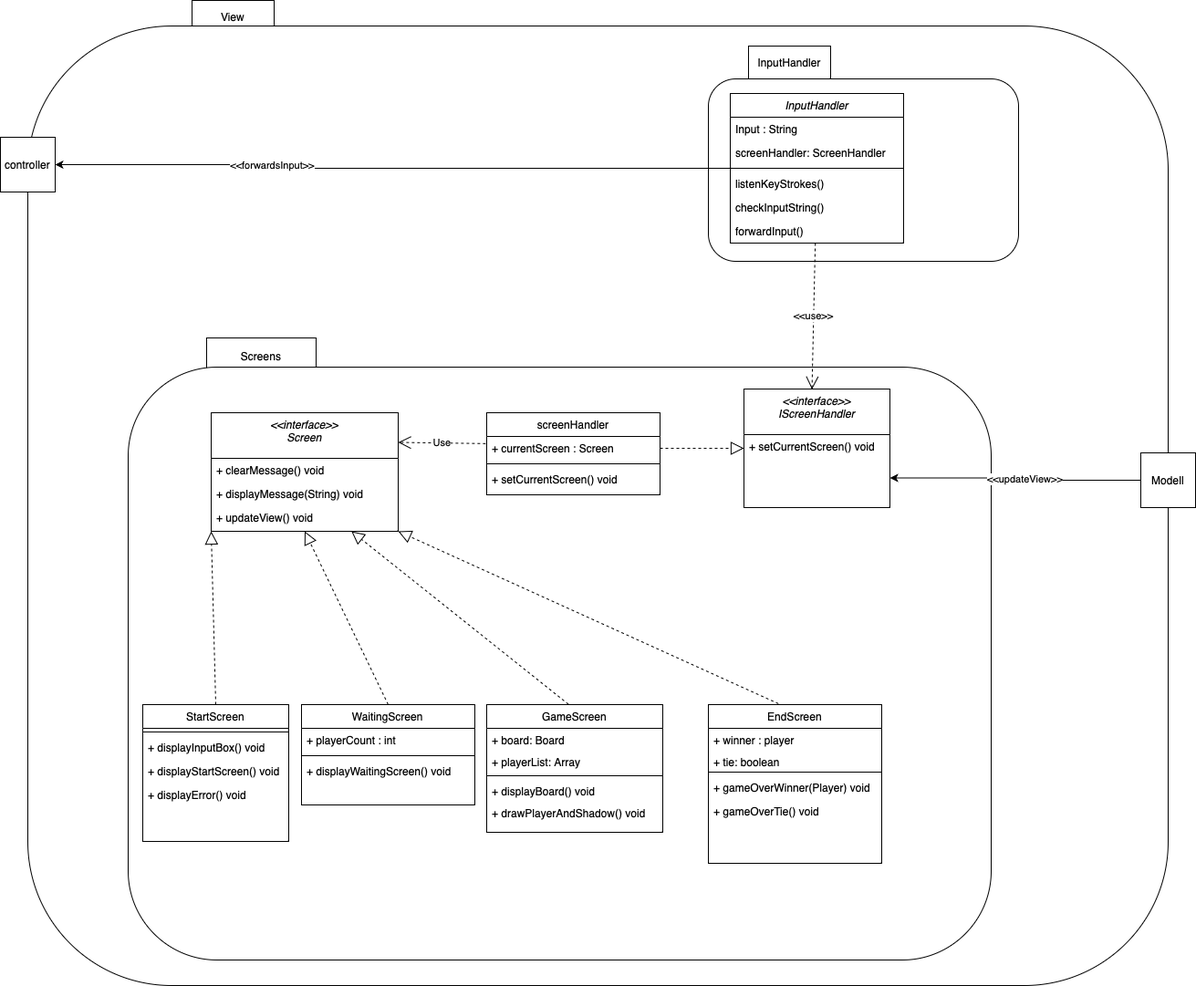
Above: doku-game/view-classDiagramm-2.png in PrismFox/tron-game (draw.io), before the change. Source tidied: cells renumbered, new cells last; positions are measured from the earlier drawing's top-left corner, leaving out a move shared by most shapes. Source of this version:
```xml
<mxGraphModel>
  <root>
    <mxCell id="0" />
    <mxCell id="1" parent="0" />
    <mxCell id="2" value="View" style="rounded=1;whiteSpace=wrap;html=1;arcSize=0;" parent="1" vertex="1">
      <mxGeometry x="210" width="90" height="36" as="geometry" />
    </mxCell>
    <mxCell id="3" style="rounded=1;whiteSpace=wrap;html=1;" parent="1" vertex="1">
      <mxGeometry x="30" y="28" width="1250" height="1052" as="geometry" />
    </mxCell>
    <mxCell id="4" value="InputHandler" style="rounded=1;whiteSpace=wrap;html=1;arcSize=0;" parent="1" vertex="1">
      <mxGeometry x="820" y="50" width="90" height="36" as="geometry" />
    </mxCell>
    <mxCell id="5" style="rounded=1;whiteSpace=wrap;html=1;" parent="1" vertex="1">
      <mxGeometry x="776" y="86" width="340" height="200" as="geometry" />
    </mxCell>
    <mxCell id="6" value="Screens" style="rounded=1;whiteSpace=wrap;html=1;arcSize=0;" parent="1" vertex="1">
      <mxGeometry x="226" y="370" width="120" height="40" as="geometry" />
    </mxCell>
    <mxCell id="7" style="rounded=1;whiteSpace=wrap;html=1;" parent="1" vertex="1">
      <mxGeometry x="140" y="402" width="946" height="650" as="geometry" />
    </mxCell>
    <mxCell id="8" style="edgeStyle=orthogonalEdgeStyle;rounded=0;jettySize=auto;html=1;entryX=1;entryY=0.5;entryDx=0;entryDy=0;endArrow=classic;endFill=1;" parent="1" edge="1" source="10" target="42">
      <mxGeometry relative="1" as="geometry">
        <Array as="points">
          <mxPoint x="300" y="184" />
          <mxPoint x="300" y="180" />
          <mxPoint x="60" y="180" />
        </Array>
      </mxGeometry>
    </mxCell>
    <mxCell id="9" value="&amp;lt;&amp;lt;forwardsInput&amp;gt;&amp;gt;" style="edgeLabel;html=1;align=center;verticalAlign=middle;" parent="8" vertex="1">
      <mxGeometry x="0.43" relative="1" as="geometry">
        <mxPoint x="25" as="offset" />
      </mxGeometry>
    </mxCell>
    <mxCell id="10" value="InputHandler" style="swimlane;fontStyle=2;align=center;verticalAlign=top;horizontal=1;startSize=26;rounded=0;shadow=0;strokeWidth=1;" parent="1" vertex="1">
      <mxGeometry x="800" y="102" width="190" height="164" as="geometry" />
    </mxCell>
    <mxCell id="11" value="Input : String" style="text;align=left;verticalAlign=top;spacingLeft=4;spacingRight=4;overflow=hidden;" parent="10" vertex="1">
      <mxGeometry y="26" width="190" height="26" as="geometry" />
    </mxCell>
    <mxCell id="12" value="screenHandler: ScreenHandler" style="text;align=left;verticalAlign=top;spacingLeft=4;spacingRight=4;overflow=hidden;" parent="10" vertex="1">
      <mxGeometry y="52" width="190" height="26" as="geometry" />
    </mxCell>
    <mxCell id="13" style="line;html=1;strokeWidth=1;align=left;verticalAlign=middle;spacingTop=-1;spacingLeft=3;spacingRight=3;labelPosition=right;" parent="10" vertex="1">
      <mxGeometry y="78" width="190" height="8" as="geometry" />
    </mxCell>
    <mxCell id="14" value="listenKeyStrokes()" style="text;align=left;verticalAlign=top;spacingLeft=4;spacingRight=4;overflow=hidden;" parent="10" vertex="1">
      <mxGeometry y="86" width="190" height="26" as="geometry" />
    </mxCell>
    <mxCell id="15" value="checkInputString()" style="text;align=left;verticalAlign=top;spacingLeft=4;spacingRight=4;overflow=hidden;" parent="10" vertex="1">
      <mxGeometry y="112" width="190" height="26" as="geometry" />
    </mxCell>
    <mxCell id="16" value="forwardInput()" style="text;align=left;verticalAlign=top;spacingLeft=4;spacingRight=4;overflow=hidden;" parent="10" vertex="1">
      <mxGeometry y="138" width="190" height="26" as="geometry" />
    </mxCell>
    <mxCell id="17" value="StartScreen" style="swimlane;fontStyle=0;align=center;verticalAlign=top;horizontal=1;startSize=26;rounded=0;shadow=0;strokeWidth=1;" parent="1" vertex="1">
      <mxGeometry x="156" y="772" width="160" height="150" as="geometry" />
    </mxCell>
    <mxCell id="18" style="line;html=1;strokeWidth=1;align=left;verticalAlign=middle;spacingTop=-1;spacingLeft=3;spacingRight=3;labelPosition=right;" parent="17" vertex="1">
      <mxGeometry y="26" width="160" height="8" as="geometry" />
    </mxCell>
    <mxCell id="19" value="+ displayInputBox() void" style="text;align=left;verticalAlign=top;spacingLeft=4;spacingRight=4;overflow=hidden;" parent="17" vertex="1">
      <mxGeometry y="34" width="160" height="26" as="geometry" />
    </mxCell>
    <mxCell id="20" value="+ displayStartScreen() void" style="text;align=left;verticalAlign=top;spacingLeft=4;spacingRight=4;overflow=hidden;" parent="17" vertex="1">
      <mxGeometry y="60" width="160" height="26" as="geometry" />
    </mxCell>
    <mxCell id="21" value="+ displayError() void" style="text;align=left;verticalAlign=top;spacingLeft=4;spacingRight=4;overflow=hidden;" parent="17" vertex="1">
      <mxGeometry y="86" width="160" height="26" as="geometry" />
    </mxCell>
    <mxCell id="22" value="WaitingScreen" style="swimlane;fontStyle=0;align=center;verticalAlign=top;horizontal=1;startSize=26;rounded=0;shadow=0;strokeWidth=1;" parent="1" vertex="1">
      <mxGeometry x="330" y="772" width="190" height="110" as="geometry" />
    </mxCell>
    <mxCell id="23" value="+ playerCount : int" style="text;align=left;verticalAlign=top;spacingLeft=4;spacingRight=4;overflow=hidden;" parent="22" vertex="1">
      <mxGeometry y="26" width="190" height="26" as="geometry" />
    </mxCell>
    <mxCell id="24" style="line;html=1;strokeWidth=1;align=left;verticalAlign=middle;spacingTop=-1;spacingLeft=3;spacingRight=3;labelPosition=right;" parent="22" vertex="1">
      <mxGeometry y="52" width="190" height="8" as="geometry" />
    </mxCell>
    <mxCell id="25" value="+ displayWaitingScreen() void" style="text;align=left;verticalAlign=top;spacingLeft=4;spacingRight=4;overflow=hidden;" parent="22" vertex="1">
      <mxGeometry y="60" width="190" height="26" as="geometry" />
    </mxCell>
    <mxCell id="26" value="EndScreen" style="swimlane;fontStyle=0;align=center;verticalAlign=top;horizontal=1;startSize=26;rounded=0;shadow=0;strokeWidth=1;" parent="1" vertex="1">
      <mxGeometry x="776" y="772" width="190" height="174" as="geometry" />
    </mxCell>
    <mxCell id="27" value="+ winner : player" style="text;align=left;verticalAlign=top;spacingLeft=4;spacingRight=4;overflow=hidden;" parent="26" vertex="1">
      <mxGeometry y="26" width="190" height="24" as="geometry" />
    </mxCell>
    <mxCell id="28" value="+ tie: boolean" style="text;align=left;verticalAlign=top;spacingLeft=4;spacingRight=4;overflow=hidden;" parent="26" vertex="1">
      <mxGeometry y="50" width="190" height="20" as="geometry" />
    </mxCell>
    <mxCell id="29" style="line;html=1;strokeWidth=1;align=left;verticalAlign=middle;spacingTop=-1;spacingLeft=3;spacingRight=3;labelPosition=right;" parent="26" vertex="1">
      <mxGeometry y="70" width="190" height="8" as="geometry" />
    </mxCell>
    <mxCell id="30" value="+ gameOverWinner(Player) void" style="text;align=left;verticalAlign=top;spacingLeft=4;spacingRight=4;overflow=hidden;" parent="26" vertex="1">
      <mxGeometry y="78" width="190" height="26" as="geometry" />
    </mxCell>
    <mxCell id="31" value="+ gameOverTie() void" style="text;align=left;verticalAlign=top;spacingLeft=4;spacingRight=4;overflow=hidden;" parent="26" vertex="1">
      <mxGeometry y="104" width="190" height="26" as="geometry" />
    </mxCell>
    <mxCell id="32" value="&lt;&lt;interface&gt;&gt;&#10;Screen" style="swimlane;fontStyle=2;align=center;verticalAlign=top;horizontal=1;startSize=50;rounded=0;shadow=0;strokeWidth=1;" parent="1" vertex="1">
      <mxGeometry x="231" y="452" width="205" height="130" as="geometry" />
    </mxCell>
    <mxCell id="33" value="+ clearMessage() void" style="text;align=left;verticalAlign=top;spacingLeft=4;spacingRight=4;overflow=hidden;" parent="32" vertex="1">
      <mxGeometry y="50" width="205" height="26" as="geometry" />
    </mxCell>
    <mxCell id="34" value="+ displayMessage(String) void" style="text;align=left;verticalAlign=top;spacingLeft=4;spacingRight=4;overflow=hidden;" parent="32" vertex="1">
      <mxGeometry y="76" width="205" height="26" as="geometry" />
    </mxCell>
    <mxCell id="35" value="+ updateView() void" style="text;align=left;verticalAlign=top;spacingLeft=4;spacingRight=4;overflow=hidden;" parent="32" vertex="1">
      <mxGeometry y="102" width="205" height="26" as="geometry" />
    </mxCell>
    <mxCell id="36" value="GameScreen" style="swimlane;fontStyle=0;align=center;verticalAlign=top;horizontal=1;startSize=26;rounded=0;shadow=0;strokeWidth=1;" parent="1" vertex="1">
      <mxGeometry x="533" y="772" width="193" height="140" as="geometry" />
    </mxCell>
    <mxCell id="37" value="+ board: Board" style="text;align=left;verticalAlign=top;spacingLeft=4;spacingRight=4;overflow=hidden;" parent="36" vertex="1">
      <mxGeometry y="26" width="193" height="24" as="geometry" />
    </mxCell>
    <mxCell id="38" value="+ playerList: Array" style="text;align=left;verticalAlign=top;spacingLeft=4;spacingRight=4;overflow=hidden;" parent="36" vertex="1">
      <mxGeometry y="50" width="193" height="24" as="geometry" />
    </mxCell>
    <mxCell id="39" style="line;html=1;strokeWidth=1;align=left;verticalAlign=middle;spacingTop=-1;spacingLeft=3;spacingRight=3;labelPosition=right;" parent="36" vertex="1">
      <mxGeometry y="74" width="193" height="8" as="geometry" />
    </mxCell>
    <mxCell id="40" value="+ displayBoard() void&#10;" style="text;align=left;verticalAlign=top;spacingLeft=4;spacingRight=4;overflow=hidden;" parent="36" vertex="1">
      <mxGeometry y="82" width="193" height="24" as="geometry" />
    </mxCell>
    <mxCell id="41" value="+ drawPlayerAndShadow() void" style="text;align=left;verticalAlign=top;spacingLeft=4;spacingRight=4;overflow=hidden;" parent="36" vertex="1">
      <mxGeometry y="106" width="193" height="24" as="geometry" />
    </mxCell>
    <mxCell id="42" value="controller" style="whiteSpace=wrap;html=1;" parent="1" vertex="1">
      <mxGeometry y="150" width="60" height="60" as="geometry" />
    </mxCell>
    <mxCell id="43" value="screenHandler" style="swimlane;fontStyle=0;align=center;verticalAlign=top;horizontal=1;startSize=26;rounded=0;shadow=0;strokeWidth=1;" parent="1" vertex="1">
      <mxGeometry x="533" y="452" width="190" height="90" as="geometry" />
    </mxCell>
    <mxCell id="44" value="+ currentScreen : Screen" style="text;align=left;verticalAlign=top;spacingLeft=4;spacingRight=4;overflow=hidden;points=[[0,0.5],[1,0.5]];portConstraint=eastwest;" parent="43" vertex="1">
      <mxGeometry y="26" width="190" height="26" as="geometry" />
    </mxCell>
    <mxCell id="45" style="line;html=1;strokeWidth=1;align=left;verticalAlign=middle;spacingTop=-1;spacingLeft=3;spacingRight=3;labelPosition=right;" parent="43" vertex="1">
      <mxGeometry y="52" width="190" height="8" as="geometry" />
    </mxCell>
    <mxCell id="46" value="+ setCurrentScreen() void" style="text;align=left;verticalAlign=top;spacingLeft=4;spacingRight=4;overflow=hidden;" parent="43" vertex="1">
      <mxGeometry y="60" width="190" height="26" as="geometry" />
    </mxCell>
    <mxCell id="47" style="endArrow=block;dashed=1;endFill=0;endSize=12;html=1;rounded=0;exitX=0.5;exitY=0;exitDx=0;exitDy=0;entryX=0;entryY=1;entryDx=0;entryDy=0;" parent="1" edge="1" source="17" target="32">
      <mxGeometry relative="1" as="geometry" />
    </mxCell>
    <mxCell id="48" style="endArrow=block;dashed=1;endFill=0;endSize=12;html=1;rounded=0;exitX=0.5;exitY=0;exitDx=0;exitDy=0;entryX=0.5;entryY=1;entryDx=0;entryDy=0;" parent="1" edge="1" source="22" target="32">
      <mxGeometry relative="1" as="geometry" />
    </mxCell>
    <mxCell id="49" style="endArrow=block;dashed=1;endFill=0;endSize=12;html=1;rounded=0;exitX=0.464;exitY=-0.003;exitDx=0;exitDy=0;exitPerimeter=0;entryX=0.75;entryY=1;entryDx=0;entryDy=0;" parent="1" edge="1" source="36" target="32">
      <mxGeometry relative="1" as="geometry" />
    </mxCell>
    <mxCell id="50" style="endArrow=block;dashed=1;endFill=0;endSize=12;html=1;rounded=0;exitX=0.404;exitY=-0.006;exitDx=0;exitDy=0;exitPerimeter=0;entryX=1;entryY=1;entryDx=0;entryDy=0;" parent="1" edge="1" source="26" target="32">
      <mxGeometry relative="1" as="geometry" />
    </mxCell>
    <mxCell id="51" style="edgeStyle=orthogonalEdgeStyle;rounded=0;jettySize=auto;html=1;entryX=1;entryY=0.75;entryDx=0;entryDy=0;endArrow=classic;endFill=1;" parent="1" edge="1" source="53" target="54">
      <mxGeometry relative="1" as="geometry" />
    </mxCell>
    <mxCell id="52" value="&amp;lt;&amp;lt;updateView&amp;gt;&amp;gt;" style="edgeLabel;html=1;align=center;verticalAlign=middle;" parent="51" vertex="1">
      <mxGeometry relative="1" as="geometry">
        <mxPoint x="10" y="-1" as="offset" />
      </mxGeometry>
    </mxCell>
    <mxCell id="53" value="Modell" style="whiteSpace=wrap;html=1;" parent="1" vertex="1">
      <mxGeometry x="1250" y="496" width="60" height="60" as="geometry" />
    </mxCell>
    <mxCell id="54" value="&lt;&lt;interface&gt;&gt;&#10;IScreenHandler" style="swimlane;fontStyle=2;align=center;verticalAlign=top;horizontal=1;startSize=50;rounded=0;shadow=0;strokeWidth=1;" parent="1" vertex="1">
      <mxGeometry x="815" y="426" width="160" height="130" as="geometry" />
    </mxCell>
    <mxCell id="55" value="+ setCurrentScreen() void" style="text;align=left;verticalAlign=top;spacingLeft=4;spacingRight=4;overflow=hidden;" parent="54" vertex="1">
      <mxGeometry y="50" width="160" height="26" as="geometry" />
    </mxCell>
    <mxCell id="56" style="endArrow=block;dashed=1;endFill=0;endSize=12;html=1;rounded=0;exitX=1;exitY=0.5;exitDx=0;exitDy=0;entryX=0;entryY=0.5;entryDx=0;entryDy=0;" parent="1" edge="1" source="44" target="54">
      <mxGeometry relative="1" as="geometry" />
    </mxCell>
    <mxCell id="57" value="Use" style="endArrow=open;endSize=12;dashed=1;html=1;rounded=0;entryX=1;entryY=0.25;entryDx=0;entryDy=0;exitX=-0.006;exitY=0.302;exitDx=0;exitDy=0;exitPerimeter=0;" parent="1" edge="1" source="44" target="32">
      <mxGeometry relative="1" as="geometry" />
    </mxCell>
    <mxCell id="58" value="&amp;lt;&amp;lt;use&amp;gt;&amp;gt;" style="endArrow=open;endSize=12;dashed=1;html=1;rounded=0;entryX=0.466;entryY=0.003;entryDx=0;entryDy=0;entryPerimeter=0;" parent="1" edge="1" source="10" target="54">
      <mxGeometry relative="1" as="geometry" />
    </mxCell>
  </root>
</mxGraphModel>
```
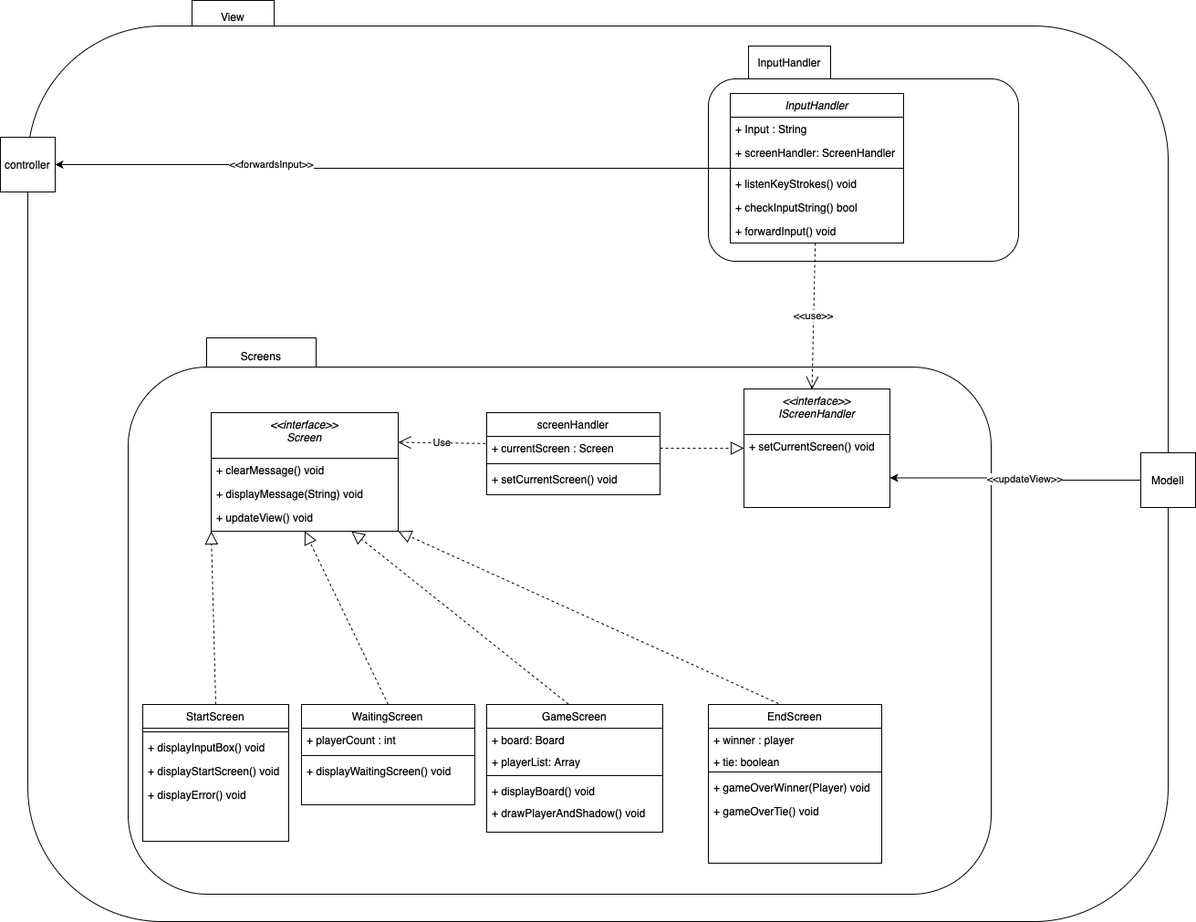
The same diagram one commit later.

The edit, as a diff of the source:
```diff
@@ -6,7 +6,7 @@
       <mxGeometry x="210" width="90" height="36" as="geometry" />
     </mxCell>
     <mxCell id="3" style="rounded=1;whiteSpace=wrap;html=1;" parent="1" vertex="1">
-      <mxGeometry x="30" y="28" width="1250" height="1052" as="geometry" />
+      <mxGeometry x="30" y="28" width="1250" height="982" as="geometry" />
     </mxCell>
     <mxCell id="4" value="InputHandler" style="rounded=1;whiteSpace=wrap;html=1;arcSize=0;" parent="1" vertex="1">
       <mxGeometry x="820" y="50" width="90" height="36" as="geometry" />
@@ -18,7 +18,7 @@
       <mxGeometry x="226" y="370" width="120" height="40" as="geometry" />
     </mxCell>
     <mxCell id="7" style="rounded=1;whiteSpace=wrap;html=1;" parent="1" vertex="1">
-      <mxGeometry x="140" y="402" width="946" height="650" as="geometry" />
+      <mxGeometry x="140" y="402" width="946" height="578" as="geometry" />
     </mxCell>
     <mxCell id="8" style="edgeStyle=orthogonalEdgeStyle;rounded=0;jettySize=auto;html=1;entryX=1;entryY=0.5;entryDx=0;entryDy=0;endArrow=classic;endFill=1;" parent="1" edge="1" source="10" target="42">
       <mxGeometry relative="1" as="geometry">
@@ -37,22 +37,22 @@
     <mxCell id="10" value="InputHandler" style="swimlane;fontStyle=2;align=center;verticalAlign=top;horizontal=1;startSize=26;rounded=0;shadow=0;strokeWidth=1;" parent="1" vertex="1">
       <mxGeometry x="800" y="102" width="190" height="164" as="geometry" />
     </mxCell>
-    <mxCell id="11" value="Input : String" style="text;align=left;verticalAlign=top;spacingLeft=4;spacingRight=4;overflow=hidden;" parent="10" vertex="1">
+    <mxCell id="11" value="+ Input : String" style="text;align=left;verticalAlign=top;spacingLeft=4;spacingRight=4;overflow=hidden;" parent="10" vertex="1">
       <mxGeometry y="26" width="190" height="26" as="geometry" />
     </mxCell>
-    <mxCell id="12" value="screenHandler: ScreenHandler" style="text;align=left;verticalAlign=top;spacingLeft=4;spacingRight=4;overflow=hidden;" parent="10" vertex="1">
+    <mxCell id="12" value="+ screenHandler: ScreenHandler" style="text;align=left;verticalAlign=top;spacingLeft=4;spacingRight=4;overflow=hidden;" parent="10" vertex="1">
       <mxGeometry y="52" width="190" height="26" as="geometry" />
     </mxCell>
     <mxCell id="13" style="line;html=1;strokeWidth=1;align=left;verticalAlign=middle;spacingTop=-1;spacingLeft=3;spacingRight=3;labelPosition=right;" parent="10" vertex="1">
       <mxGeometry y="78" width="190" height="8" as="geometry" />
     </mxCell>
-    <mxCell id="14" value="listenKeyStrokes()" style="text;align=left;verticalAlign=top;spacingLeft=4;spacingRight=4;overflow=hidden;" parent="10" vertex="1">
+    <mxCell id="14" value="+ listenKeyStrokes() void" style="text;align=left;verticalAlign=top;spacingLeft=4;spacingRight=4;overflow=hidden;" parent="10" vertex="1">
       <mxGeometry y="86" width="190" height="26" as="geometry" />
     </mxCell>
-    <mxCell id="15" value="checkInputString()" style="text;align=left;verticalAlign=top;spacingLeft=4;spacingRight=4;overflow=hidden;" parent="10" vertex="1">
+    <mxCell id="15" value="+ checkInputString() bool" style="text;align=left;verticalAlign=top;spacingLeft=4;spacingRight=4;overflow=hidden;" parent="10" vertex="1">
       <mxGeometry y="112" width="190" height="26" as="geometry" />
     </mxCell>
-    <mxCell id="16" value="forwardInput()" style="text;align=left;verticalAlign=top;spacingLeft=4;spacingRight=4;overflow=hidden;" parent="10" vertex="1">
+    <mxCell id="16" value="+ forwardInput() void" style="text;align=left;verticalAlign=top;spacingLeft=4;spacingRight=4;overflow=hidden;" parent="10" vertex="1">
       <mxGeometry y="138" width="190" height="26" as="geometry" />
     </mxCell>
     <mxCell id="17" value="StartScreen" style="swimlane;fontStyle=0;align=center;verticalAlign=top;horizontal=1;startSize=26;rounded=0;shadow=0;strokeWidth=1;" parent="1" vertex="1">
```
